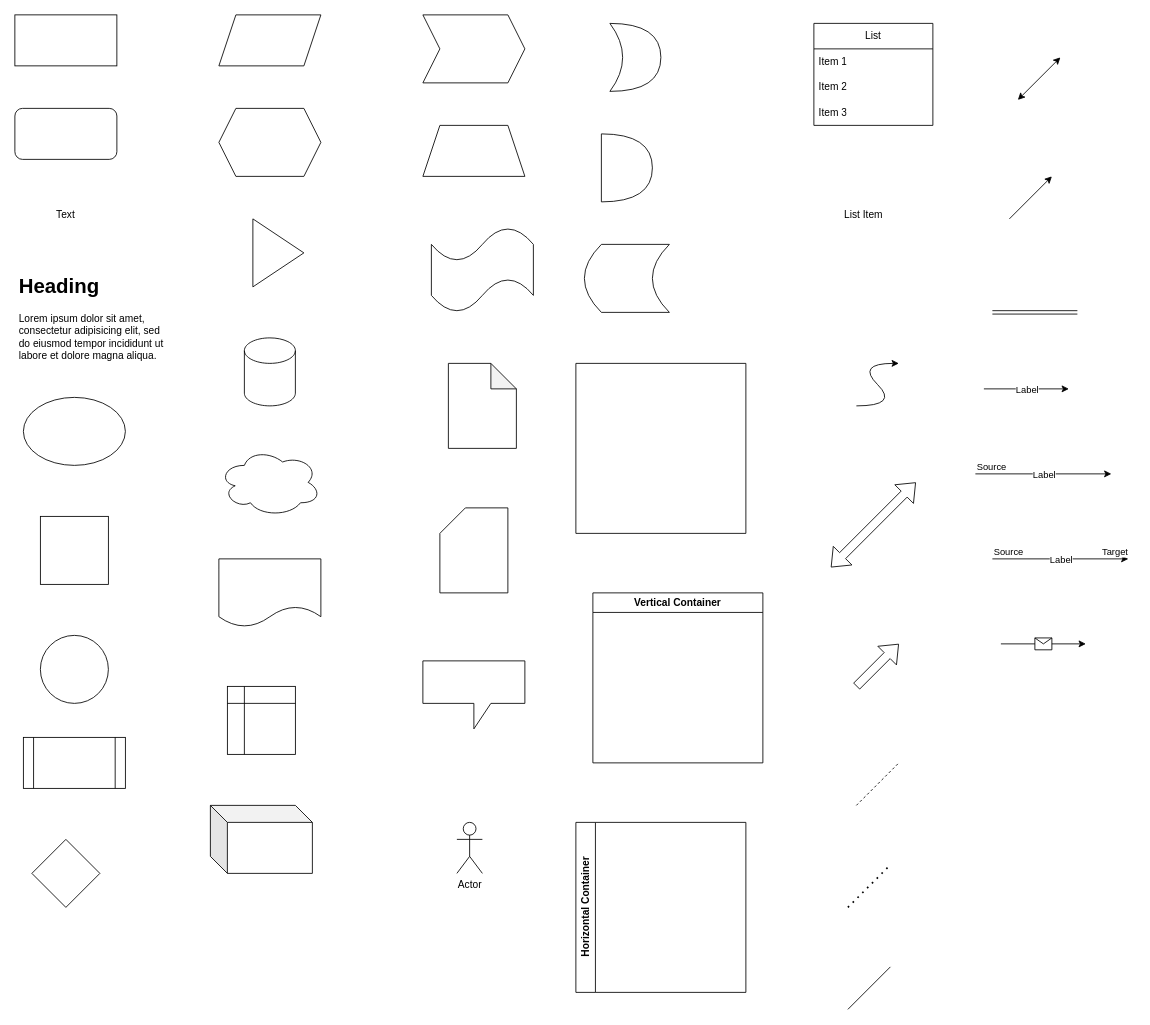
MerrimanInd/drawpyo keeps this draw.io diagram as Test Draw.io Charts/All General Shapes.drawio. Above is the earlier version. Source tidied: cells renumbered, new cells numbered last; positions are measured from the earlier drawing's top-left corner, leaving out a move shared by most shapes. Both pictures are drawn from the tidied source at 85%, with x=0, y=0 at pixel (14, 14).
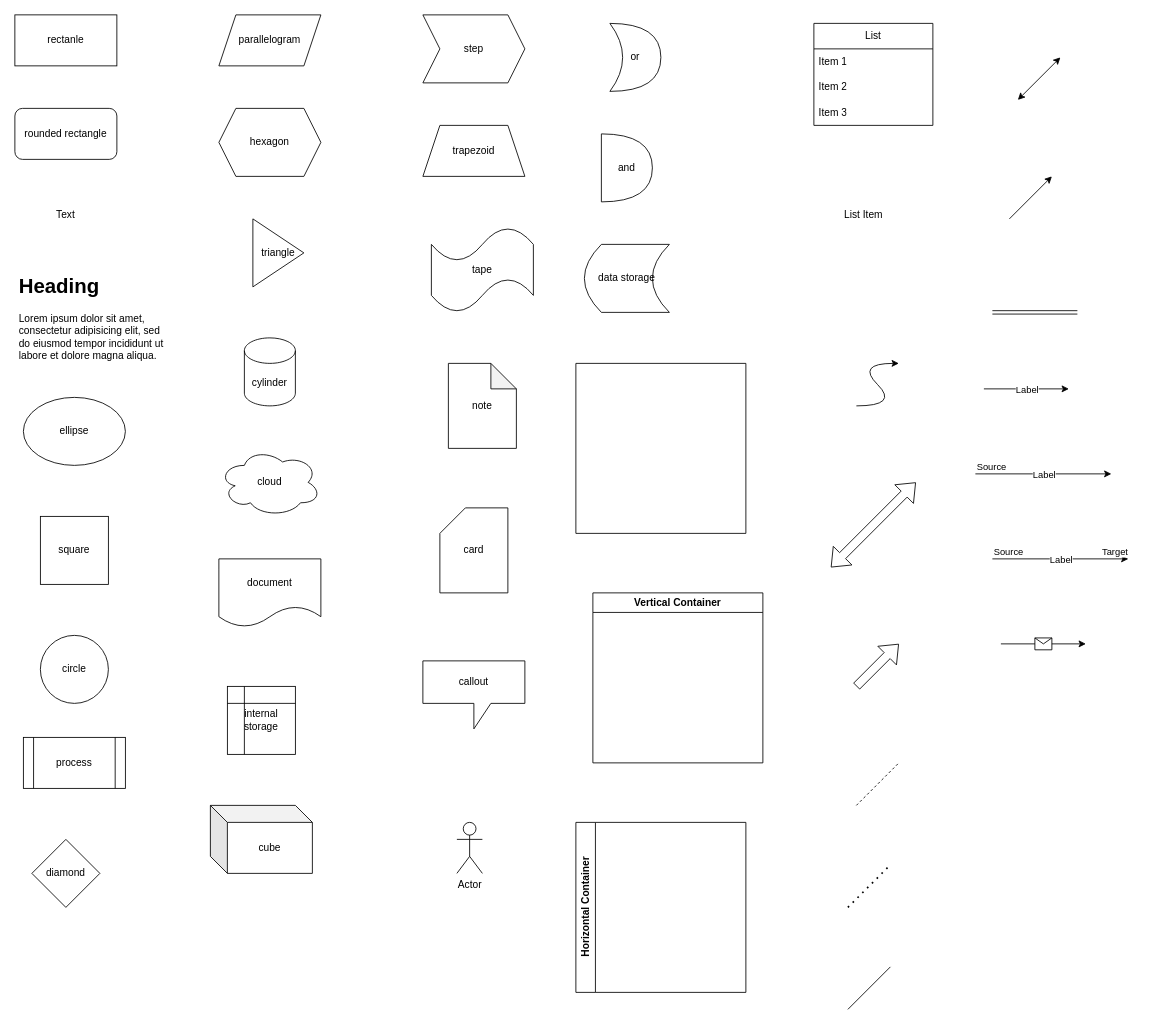
Above is the later version.

Commit message (it also covers changes not shown here):
Completed the preconfigured styles for base objects

Diff of the diagram source:
```diff
@@
-    <mxCell id="2" style="rounded=0;whiteSpace=wrap;html=1;" parent="1" vertex="1">
+    <mxCell id="2" value="rectanle" style="rounded=0;whiteSpace=wrap;html=1;" parent="1" vertex="1">
       <mxGeometry width="120" height="60" as="geometry" />
     </mxCell>
-    <mxCell id="3" style="rounded=1;whiteSpace=wrap;html=1;" parent="1" vertex="1">
+    <mxCell id="3" value="rounded rectangle" style="rounded=1;whiteSpace=wrap;html=1;" parent="1" vertex="1">
       <mxGeometry y="110" width="120" height="60" as="geometry" />
     </mxCell>
@@
-    <mxCell id="6" style="ellipse;whiteSpace=wrap;html=1;" parent="1" vertex="1">
+    <mxCell id="6" value="ellipse" style="ellipse;whiteSpace=wrap;html=1;" parent="1" vertex="1">
       <mxGeometry x="10" y="450" width="120" height="80" as="geometry" />
     </mxCell>
-    <mxCell id="7" style="whiteSpace=wrap;html=1;" parent="1" vertex="1">
+    <mxCell id="7" value="square" style="whiteSpace=wrap;html=1;" parent="1" vertex="1">
       <mxGeometry x="30" y="590" width="80" height="80" as="geometry" />
     </mxCell>
-    <mxCell id="8" style="ellipse;whiteSpace=wrap;html=1;" parent="1" vertex="1">
+    <mxCell id="8" value="circle" style="ellipse;whiteSpace=wrap;html=1;" parent="1" vertex="1">
       <mxGeometry x="30" y="730" width="80" height="80" as="geometry" />
     </mxCell>
-    <mxCell id="9" style="shape=process;whiteSpace=wrap;html=1;backgroundOutline=1;" parent="1" vertex="1">
+    <mxCell id="9" value="process" style="shape=process;whiteSpace=wrap;html=1;backgroundOutline=1;" parent="1" vertex="1">
       <mxGeometry x="10" y="850" width="120" height="60" as="geometry" />
     </mxCell>
-    <mxCell id="10" style="rhombus;whiteSpace=wrap;html=1;" parent="1" vertex="1">
+    <mxCell id="10" value="diamond" style="rhombus;whiteSpace=wrap;html=1;" parent="1" vertex="1">
       <mxGeometry x="20" y="970" width="80" height="80" as="geometry" />
     </mxCell>
-    <mxCell id="11" style="shape=parallelogram;perimeter=parallelogramPerimeter;whiteSpace=wrap;html=1;fixedSize=1;" parent="1" vertex="1">
+    <mxCell id="11" value="parallelogram" style="shape=parallelogram;perimeter=parallelogramPerimeter;whiteSpace=wrap;html=1;fixedSize=1;" parent="1" vertex="1">
       <mxGeometry x="240" width="120" height="60" as="geometry" />
     </mxCell>
-    <mxCell id="12" style="shape=hexagon;perimeter=hexagonPerimeter2;whiteSpace=wrap;html=1;fixedSize=1;" parent="1" vertex="1">
+    <mxCell id="12" value="hexagon" style="shape=hexagon;perimeter=hexagonPerimeter2;whiteSpace=wrap;html=1;fixedSize=1;" parent="1" vertex="1">
       <mxGeometry x="240" y="110" width="120" height="80" as="geometry" />
     </mxCell>
-    <mxCell id="13" style="triangle;whiteSpace=wrap;html=1;" parent="1" vertex="1">
+    <mxCell id="13" value="triangle" style="triangle;whiteSpace=wrap;html=1;" parent="1" vertex="1">
       <mxGeometry x="280" y="240" width="60" height="80" as="geometry" />
     </mxCell>
-    <mxCell id="14" style="shape=cylinder3;whiteSpace=wrap;html=1;boundedLbl=1;backgroundOutline=1;size=15;" parent="1" vertex="1">
+    <mxCell id="14" value="cylinder" style="shape=cylinder3;whiteSpace=wrap;html=1;boundedLbl=1;backgroundOutline=1;size=15;" parent="1" vertex="1">
       <mxGeometry x="270" y="380" width="60" height="80" as="geometry" />
     </mxCell>
-    <mxCell id="15" style="ellipse;shape=cloud;whiteSpace=wrap;html=1;" parent="1" vertex="1">
+    <mxCell id="15" value="cloud" style="ellipse;shape=cloud;whiteSpace=wrap;html=1;" parent="1" vertex="1">
       <mxGeometry x="240" y="510" width="120" height="80" as="geometry" />
     </mxCell>
-    <mxCell id="16" style="shape=document;whiteSpace=wrap;html=1;boundedLbl=1;" parent="1" vertex="1">
+    <mxCell id="16" value="document" style="shape=document;whiteSpace=wrap;html=1;boundedLbl=1;" parent="1" vertex="1">
       <mxGeometry x="240" y="640" width="120" height="80" as="geometry" />
     </mxCell>
-    <mxCell id="17" style="shape=internalStorage;whiteSpace=wrap;html=1;backgroundOutline=1;" parent="1" vertex="1">
+    <mxCell id="17" value="internal storage" style="shape=internalStorage;whiteSpace=wrap;html=1;backgroundOutline=1;" parent="1" vertex="1">
       <mxGeometry x="250" y="790" width="80" height="80" as="geometry" />
     </mxCell>
-    <mxCell id="18" style="shape=cube;whiteSpace=wrap;html=1;boundedLbl=1;backgroundOutline=1;darkOpacity=0.05;darkOpacity2=0.1;" parent="1" vertex="1">
+    <mxCell id="18" value="cube" style="shape=cube;whiteSpace=wrap;html=1;boundedLbl=1;backgroundOutline=1;darkOpacity=0.05;darkOpacity2=0.1;" parent="1" vertex="1">
       <mxGeometry x="230" y="930" width="120" height="80" as="geometry" />
     </mxCell>
-    <mxCell id="19" style="shape=step;perimeter=stepPerimeter;whiteSpace=wrap;html=1;fixedSize=1;" parent="1" vertex="1">
+    <mxCell id="19" value="step" style="shape=step;perimeter=stepPerimeter;whiteSpace=wrap;html=1;fixedSize=1;" parent="1" vertex="1">
       <mxGeometry x="480" width="120" height="80" as="geometry" />
     </mxCell>
-    <mxCell id="20" style="shape=trapezoid;perimeter=trapezoidPerimeter;whiteSpace=wrap;html=1;fixedSize=1;" parent="1" vertex="1">
+    <mxCell id="20" value="trapezoid" style="shape=trapezoid;perimeter=trapezoidPerimeter;whiteSpace=wrap;html=1;fixedSize=1;" parent="1" vertex="1">
       <mxGeometry x="480" y="130" width="120" height="60" as="geometry" />
     </mxCell>
-    <mxCell id="21" style="shape=tape;whiteSpace=wrap;html=1;" parent="1" vertex="1">
+    <mxCell id="21" value="tape" style="shape=tape;whiteSpace=wrap;html=1;" parent="1" vertex="1">
       <mxGeometry x="490" y="250" width="120" height="100" as="geometry" />
     </mxCell>
-    <mxCell id="22" style="shape=note;whiteSpace=wrap;html=1;backgroundOutline=1;darkOpacity=0.05;" parent="1" vertex="1">
+    <mxCell id="22" value="note" style="shape=note;whiteSpace=wrap;html=1;backgroundOutline=1;darkOpacity=0.05;" parent="1" vertex="1">
       <mxGeometry x="510" y="410" width="80" height="100" as="geometry" />
     </mxCell>
-    <mxCell id="23" style="shape=card;whiteSpace=wrap;html=1;" parent="1" vertex="1">
+    <mxCell id="23" value="card" style="shape=card;whiteSpace=wrap;html=1;" parent="1" vertex="1">
       <mxGeometry x="500" y="580" width="80" height="100" as="geometry" />
     </mxCell>
-    <mxCell id="24" style="shape=callout;whiteSpace=wrap;html=1;perimeter=calloutPerimeter;" parent="1" vertex="1">
+    <mxCell id="24" value="callout" style="shape=callout;whiteSpace=wrap;html=1;perimeter=calloutPerimeter;" parent="1" vertex="1">
       <mxGeometry x="480" y="760" width="120" height="80" as="geometry" />
     </mxCell>
@@
-    <mxCell id="26" style="shape=xor;whiteSpace=wrap;html=1;" parent="1" vertex="1">
+    <mxCell id="26" value="or" style="shape=xor;whiteSpace=wrap;html=1;" parent="1" vertex="1">
       <mxGeometry x="700" y="10" width="60" height="80" as="geometry" />
     </mxCell>
-    <mxCell id="27" style="shape=or;whiteSpace=wrap;html=1;" parent="1" vertex="1">
+    <mxCell id="27" value="and" style="shape=or;whiteSpace=wrap;html=1;" parent="1" vertex="1">
       <mxGeometry x="690" y="140" width="60" height="80" as="geometry" />
     </mxCell>
-    <mxCell id="28" style="shape=dataStorage;whiteSpace=wrap;html=1;fixedSize=1;" parent="1" vertex="1">
+    <mxCell id="28" value="data storage" style="shape=dataStorage;whiteSpace=wrap;html=1;fixedSize=1;" parent="1" vertex="1">
       <mxGeometry x="670" y="270" width="100" height="80" as="geometry" />
     </mxCell>
```
